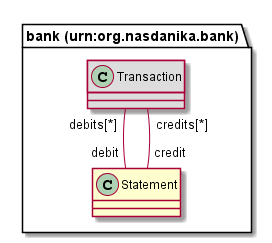
Before: org.nasdanika.bank.repository/src/site/resources/modeldoc/75726e3a6f72672e6e617364616e696b612e62616e6b/Statement.png, a diagram exported from PlantUML (Nasdanika/bank). Its diagram source:
```plantuml
@startuml
class "bank (urn:org.nasdanika.bank).Statement" [[#router/doc-content/75726e3a6f72672e6e617364616e696b612e62616e6b/Statement.html{TODO}]] {
}
class "bank (urn:org.nasdanika.bank).Transaction" [[#router/doc-content/75726e3a6f72672e6e617364616e696b612e62616e6b/Transaction.html{TODO}]] #DDDDDD {
}
"bank (urn:org.nasdanika.bank).Transaction" "debits[*]" -- "debit" "bank (urn:org.nasdanika.bank).Statement"
"bank (urn:org.nasdanika.bank).Transaction" "credits[*]" -- "credit" "bank (urn:org.nasdanika.bank).Statement"
@enduml
```
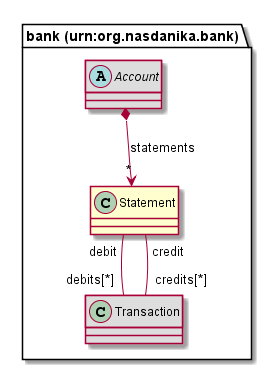
The same diagram one commit later.

Change to the diagram source:
```diff
@@ -3,6 +3,9 @@
 }
 class "bank (urn:org.nasdanika.bank).Transaction" [[#router/doc-content/75726e3a6f72672e6e617364616e696b612e62616e6b/Transaction.html{TODO}]] #DDDDDD {
 }
-"bank (urn:org.nasdanika.bank).Transaction" "debits[*]" -- "debit" "bank (urn:org.nasdanika.bank).Statement"
-"bank (urn:org.nasdanika.bank).Transaction" "credits[*]" -- "credit" "bank (urn:org.nasdanika.bank).Statement"
+abstract class "bank (urn:org.nasdanika.bank).Account" [[#router/doc-content/75726e3a6f72672e6e617364616e696b612e62616e6b/Account.html{TODO}]] #DDDDDD {
+}
+"bank (urn:org.nasdanika.bank).Statement" "debit" -- "debits[*]" "bank (urn:org.nasdanika.bank).Transaction"
+"bank (urn:org.nasdanika.bank).Statement" "credit" -- "credits[*]" "bank (urn:org.nasdanika.bank).Transaction"
+"bank (urn:org.nasdanika.bank).Account" *--> "*" "bank (urn:org.nasdanika.bank).Statement" : statements
 @enduml
```
